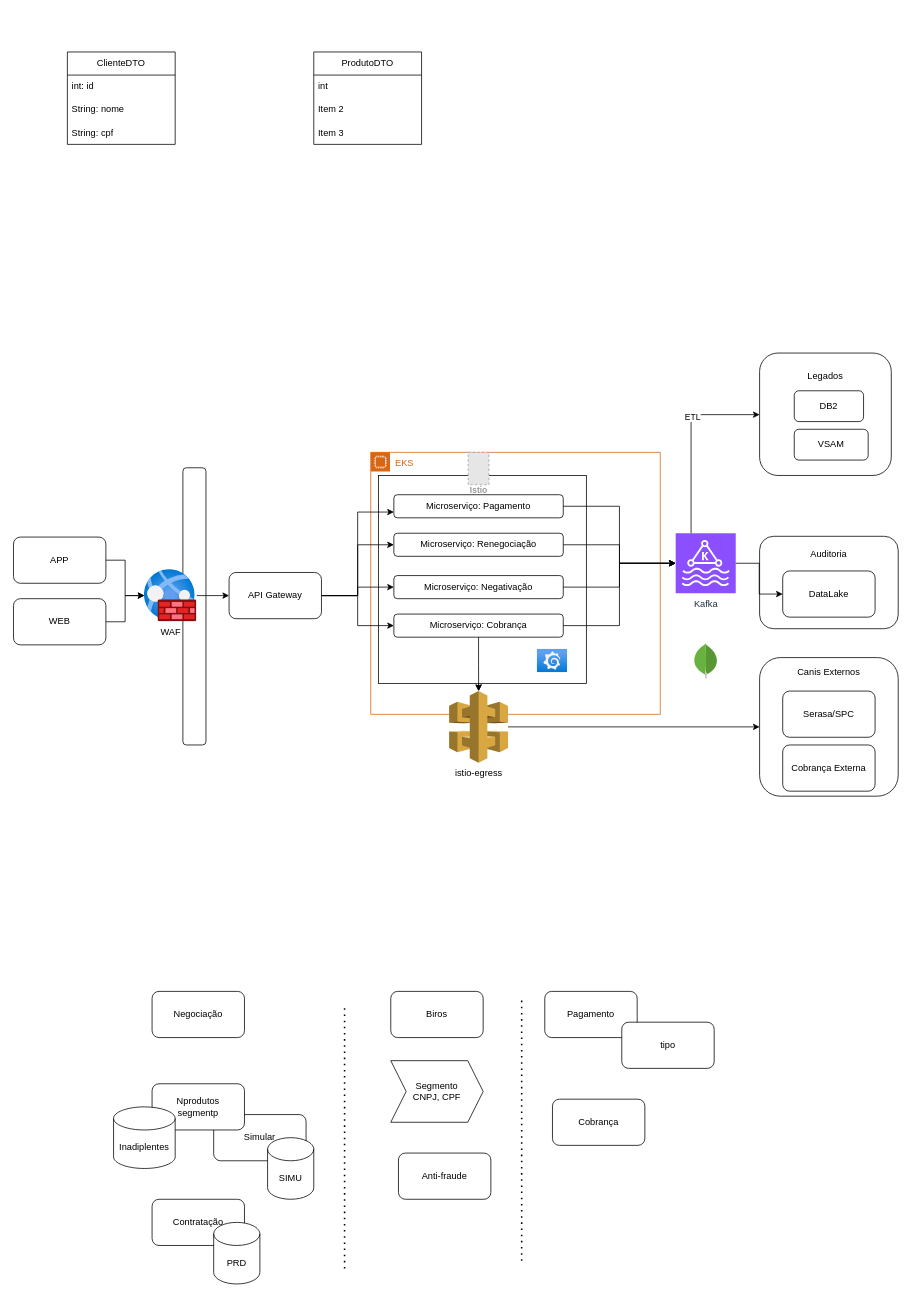
Before: itau.drawio in andersoncsprime/entrevista, a draw.io diagram. Source tidied: cells renumbered, new cells numbered last; positions are measured from the earlier drawing's top-left corner, leaving out a move shared by most shapes. Both pictures are drawn from the tidied source at 77%, with x=0, y=0 at pixel (13, 52). Pictures stored in the file or linked from it are replaced by grey dashed boxes.
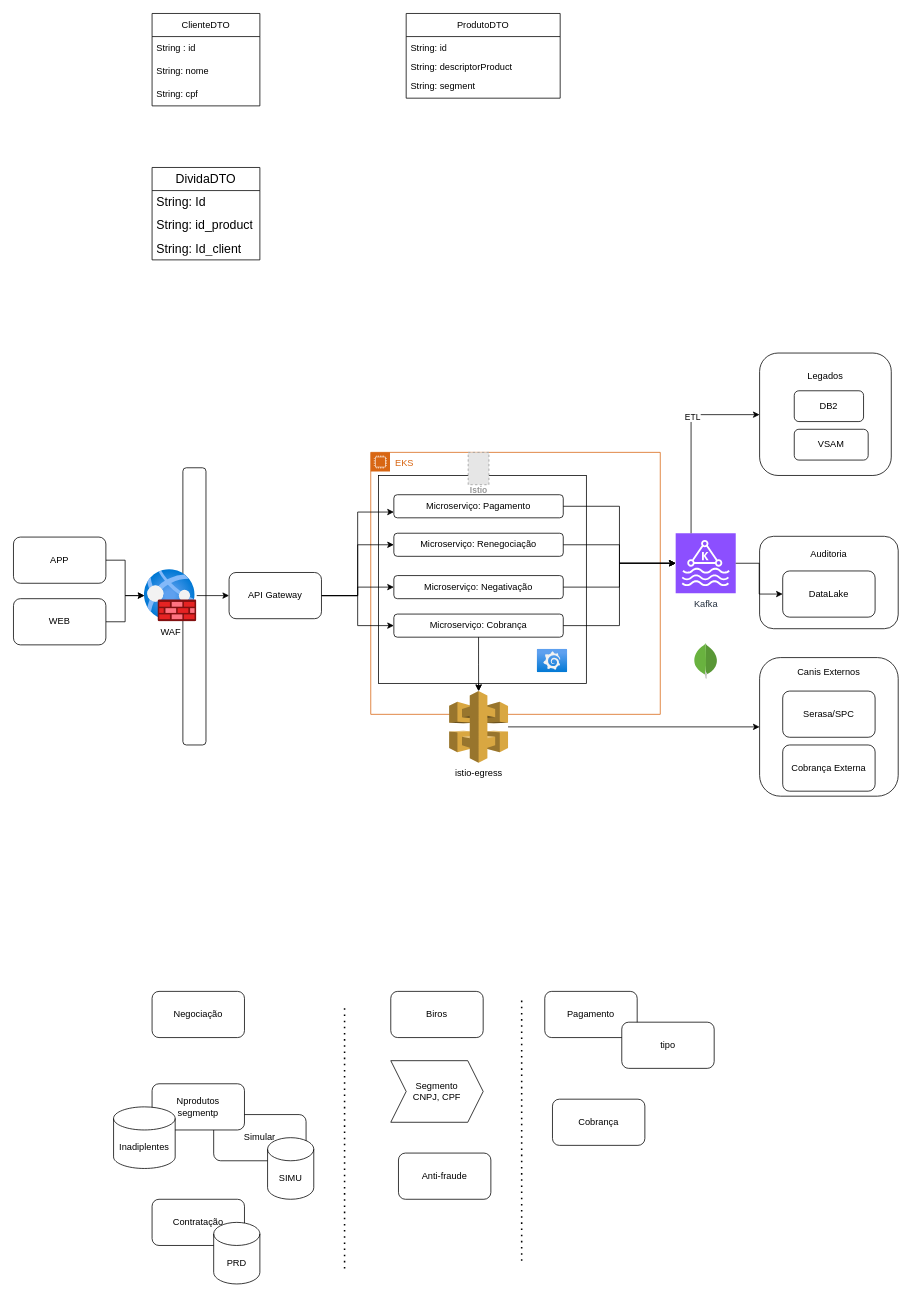
Above is the later version.

What changed in the source:
```diff
@@
     <mxCell id="52" value="ClienteDTO" style="swimlane;fontStyle=0;horizontal=1;startSize=30;whiteSpace=wrap;html=1;" parent="1" vertex="1">
-      <mxGeometry x="70" width="140" height="120" as="geometry" />
+      <mxGeometry x="180" y="-50" width="140" height="120" as="geometry" />
     </mxCell>
-    <mxCell id="53" value="int: id" style="text;strokeColor=none;fillColor=none;align=left;verticalAlign=middle;spacingLeft=4;spacingRight=4;overflow=hidden;whiteSpace=wrap;html=1;" parent="52" vertex="1">
+    <mxCell id="53" value="String : id" style="text;strokeColor=none;fillColor=none;align=left;verticalAlign=middle;spacingLeft=4;spacingRight=4;overflow=hidden;whiteSpace=wrap;html=1;" parent="52" vertex="1">
       <mxGeometry y="30" width="140" height="30" as="geometry" />
     </mxCell>
@@
     <mxCell id="56" value="ProdutoDTO" style="swimlane;fontStyle=0;horizontal=1;startSize=30;whiteSpace=wrap;html=1;" parent="1" vertex="1">
-      <mxGeometry x="390" width="140" height="120" as="geometry" />
+      <mxGeometry x="510" y="-50" width="200" height="110" as="geometry" />
     </mxCell>
-    <mxCell id="57" value="int" style="text;strokeColor=none;fillColor=none;align=left;verticalAlign=middle;spacingLeft=4;spacingRight=4;overflow=hidden;whiteSpace=wrap;html=1;" parent="56" vertex="1">
-      <mxGeometry y="30" width="140" height="30" as="geometry" />
+    <mxCell id="57" value="String: id" style="text;strokeColor=none;fillColor=none;align=left;verticalAlign=middle;spacingLeft=4;spacingRight=4;overflow=hidden;whiteSpace=wrap;html=1;" parent="56" vertex="1">
+      <mxGeometry y="30" width="200" height="30" as="geometry" />
     </mxCell>
-    <mxCell id="58" value="Item 2" style="text;strokeColor=none;fillColor=none;align=left;verticalAlign=middle;spacingLeft=4;spacingRight=4;overflow=hidden;whiteSpace=wrap;html=1;" parent="56" vertex="1">
-      <mxGeometry y="60" width="140" height="30" as="geometry" />
+    <mxCell id="58" value="String:&amp;nbsp;descriptorProduct" style="text;strokeColor=none;fillColor=none;align=left;verticalAlign=middle;spacingLeft=4;spacingRight=4;overflow=hidden;whiteSpace=wrap;html=1;" parent="56" vertex="1">
+      <mxGeometry y="60" width="200" height="20" as="geometry" />
     </mxCell>
-    <mxCell id="59" value="Item 3" style="text;strokeColor=none;fillColor=none;align=left;verticalAlign=middle;spacingLeft=4;spacingRight=4;overflow=hidden;whiteSpace=wrap;html=1;" parent="56" vertex="1">
-      <mxGeometry y="90" width="140" height="30" as="geometry" />
+    <mxCell id="59" value="String: segment" style="text;strokeColor=none;fillColor=none;align=left;verticalAlign=middle;spacingLeft=4;spacingRight=4;overflow=hidden;whiteSpace=wrap;html=1;" parent="56" vertex="1">
+      <mxGeometry y="80" width="200" height="30" as="geometry" />
     </mxCell>
@@
+    <mxCell id="66" value="DividaDTO" style="swimlane;fontStyle=0;horizontal=1;startSize=30;whiteSpace=wrap;html=1;fontSize=16;" parent="1" vertex="1">
+      <mxGeometry x="180" y="150" width="140" height="120" as="geometry" />
+    </mxCell>
+    <mxCell id="67" value="String: Id" style="text;strokeColor=none;fillColor=none;align=left;verticalAlign=middle;spacingLeft=4;spacingRight=4;overflow=hidden;whiteSpace=wrap;html=1;fontSize=16;" parent="66" vertex="1">
+      <mxGeometry y="30" width="140" height="30" as="geometry" />
+    </mxCell>
+    <mxCell id="68" value="String: id_product" style="text;strokeColor=none;fillColor=none;align=left;verticalAlign=middle;spacingLeft=4;spacingRight=4;overflow=hidden;whiteSpace=wrap;html=1;fontSize=16;" parent="66" vertex="1">
+      <mxGeometry y="60" width="140" height="30" as="geometry" />
+    </mxCell>
+    <mxCell id="69" value="String: Id_client" style="text;strokeColor=none;fillColor=none;align=left;verticalAlign=middle;spacingLeft=4;spacingRight=4;overflow=hidden;whiteSpace=wrap;html=1;fontSize=16;" parent="66" vertex="1">
+      <mxGeometry y="90" width="140" height="30" as="geometry" />
+    </mxCell>
```
